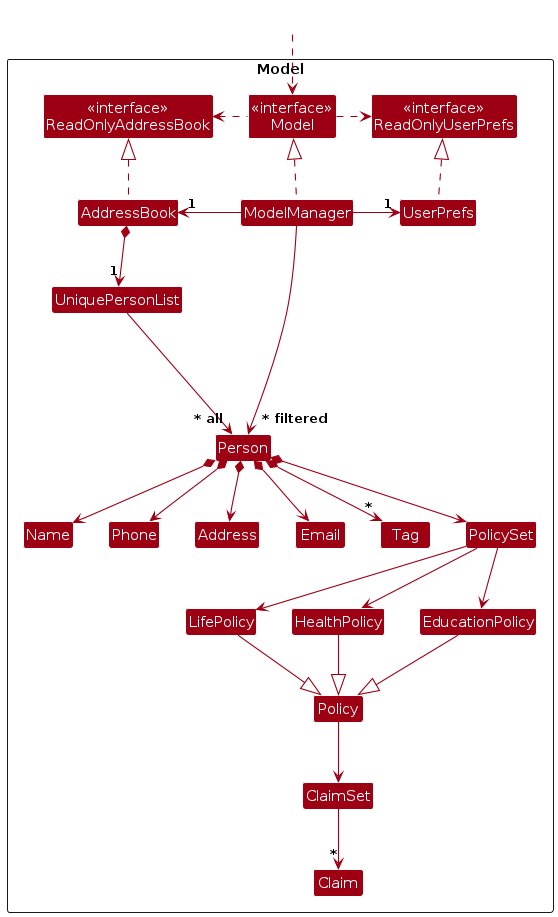
Before: diagrams/ModelClassDiagram.png, a diagram exported from PlantUML (AY2425S1-CS2103T-T14-1/tp). Its source is kept beside it as diagrams/ModelClassDiagram.puml. Its diagram source:
```plantuml
@startuml
!include style.puml
skinparam arrowThickness 1.1
skinparam arrowColor MODEL_COLOR
skinparam classBackgroundColor MODEL_COLOR

Package Model as ModelPackage <<Rectangle>>{
Class "<<interface>>\nReadOnlyAddressBook" as ReadOnlyAddressBook
Class "<<interface>>\nReadOnlyUserPrefs" as ReadOnlyUserPrefs
Class "<<interface>>\nModel" as Model
Class AddressBook
Class ModelManager
Class UserPrefs

Class UniquePersonList
Class Person
Class Address
Class Email
Class Name
Class Phone
Class Tag
Class PolicySet
Class LifePolicy
Class HealthPolicy
Class EducationPolicy
Class Policy
Class ClaimSet
Class Claim

Class I #FFFFFF
}

Class HiddenOutside #FFFFFF
HiddenOutside ..> Model

AddressBook .up.|> ReadOnlyAddressBook

ModelManager .up.|> Model
Model .right.> ReadOnlyUserPrefs
Model .left.> ReadOnlyAddressBook
ModelManager -left-> "1" AddressBook
ModelManager -right-> "1" UserPrefs
UserPrefs .up.|> ReadOnlyUserPrefs

AddressBook *--> "1" UniquePersonList
UniquePersonList --> "~* all" Person
Person *--> Name
Person *--> Phone
Person *--> Email
Person *--> Address
Person *--> "*" Tag
Person *--> PolicySet
PolicySet --> LifePolicy
PolicySet --> HealthPolicy
PolicySet --> EducationPolicy
LifePolicy --|> Policy
HealthPolicy --|> Policy
EducationPolicy --|> Policy
Policy --> ClaimSet
ClaimSet --> "*" Claim

Person -[hidden]up--> I
UniquePersonList -[hidden]right-> I

Name -[hidden]right-> Phone
Phone -[hidden]right-> Address
Address -[hidden]right-> Email

ModelManager --> "~* filtered" Person
@enduml
```
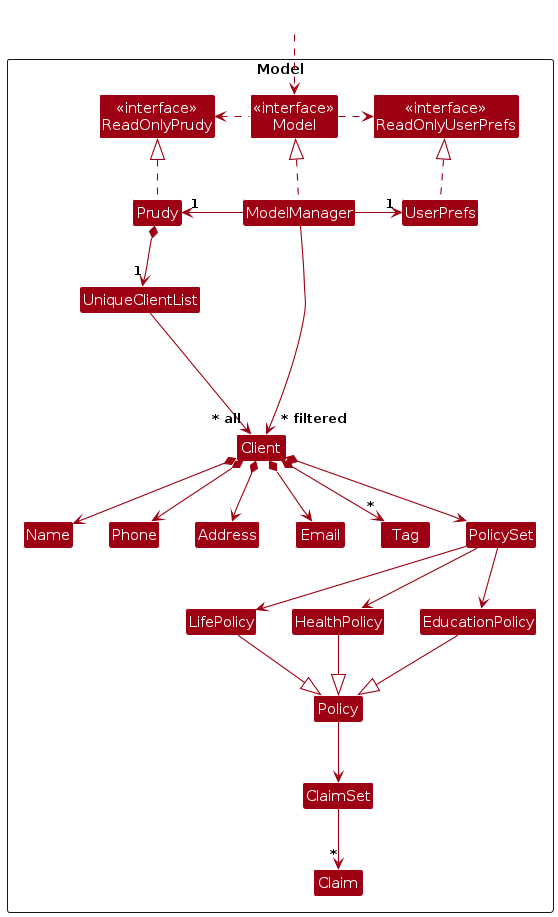
After the commit.

What changed in the source:
```diff
@@ -5,15 +5,15 @@
 skinparam classBackgroundColor MODEL_COLOR
 
 Package Model as ModelPackage <<Rectangle>>{
-Class "<<interface>>\nReadOnlyAddressBook" as ReadOnlyAddressBook
+Class "<<interface>>\nReadOnlyPrudy" as ReadOnlyPrudy
 Class "<<interface>>\nReadOnlyUserPrefs" as ReadOnlyUserPrefs
 Class "<<interface>>\nModel" as Model
-Class AddressBook
+Class Prudy
 Class ModelManager
 Class UserPrefs
 
-Class UniquePersonList
-Class Person
+Class UniqueClientList
+Class Client
 Class Address
 Class Email
 Class Name
@@ -33,23 +33,23 @@
 Class HiddenOutside #FFFFFF
 HiddenOutside ..> Model
 
-AddressBook .up.|> ReadOnlyAddressBook
+Prudy .up.|> ReadOnlyPrudy
 
 ModelManager .up.|> Model
 Model .right.> ReadOnlyUserPrefs
-Model .left.> ReadOnlyAddressBook
-ModelManager -left-> "1" AddressBook
+Model .left.> ReadOnlyPrudy
+ModelManager -left-> "1" Prudy
 ModelManager -right-> "1" UserPrefs
 UserPrefs .up.|> ReadOnlyUserPrefs
 
-AddressBook *--> "1" UniquePersonList
-UniquePersonList --> "~* all" Person
-Person *--> Name
-Person *--> Phone
-Person *--> Email
-Person *--> Address
-Person *--> "*" Tag
-Person *--> PolicySet
+Prudy *--> "1" UniqueClientList
+UniqueClientList --> "~* all" Client
+Client *--> Name
+Client *--> Phone
+Client *--> Email
+Client *--> Address
+Client *--> "*" Tag
+Client *--> PolicySet
 PolicySet --> LifePolicy
 PolicySet --> HealthPolicy
 PolicySet --> EducationPolicy
@@ -59,12 +59,12 @@
 Policy --> ClaimSet
 ClaimSet --> "*" Claim
 
-Person -[hidden]up--> I
-UniquePersonList -[hidden]right-> I
+Client -[hidden]up--> I
+UniqueClientList -[hidden]right-> I
 
 Name -[hidden]right-> Phone
 Phone -[hidden]right-> Address
 Address -[hidden]right-> Email
 
-ModelManager --> "~* filtered" Person
+ModelManager --> "~* filtered" Client
 @enduml
```
